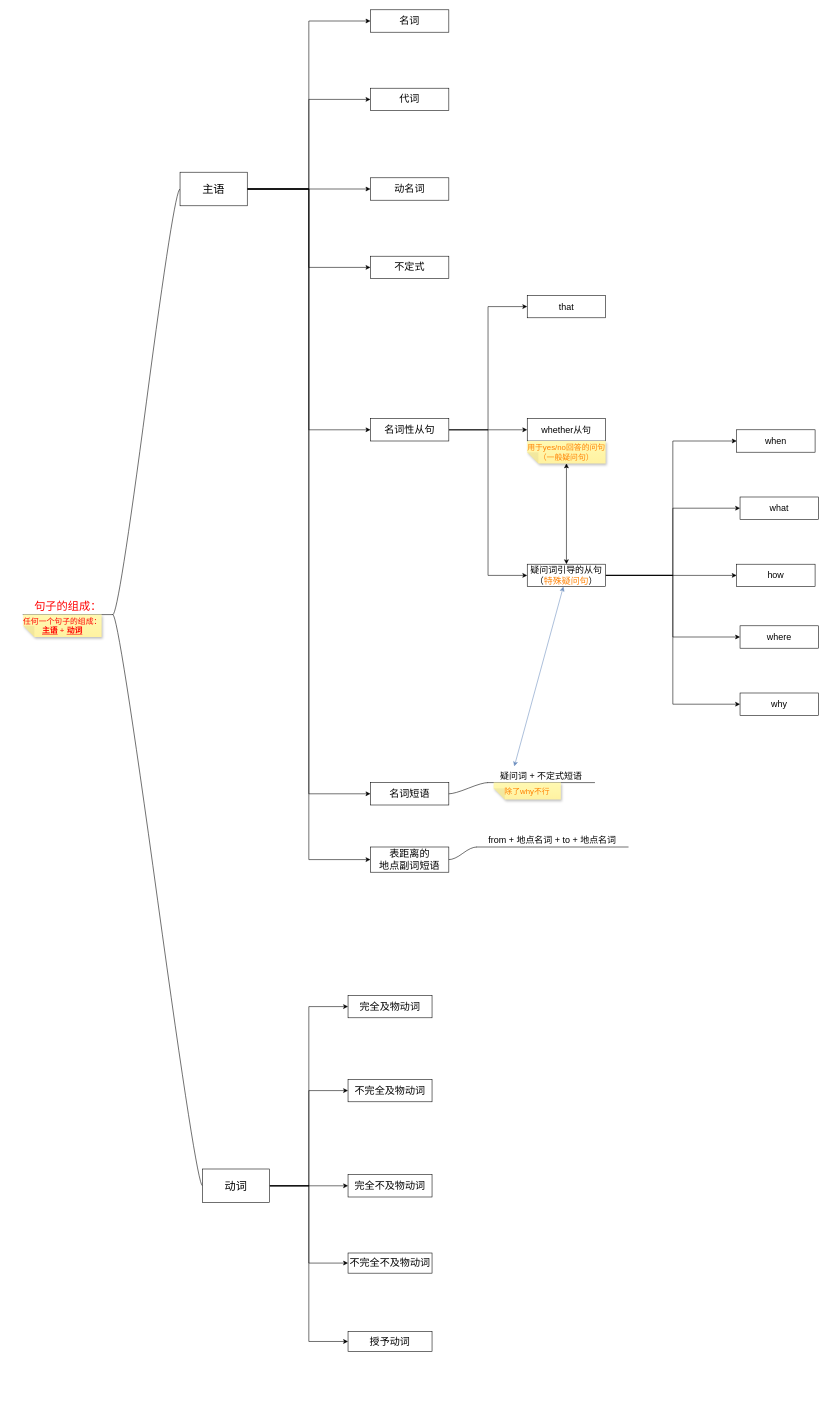
hoyeziyu/Hello_World keeps this draw.io diagram as LearningEnglish.drawio. Above is the earlier version. Source tidied: cells renumbered, new cells numbered last; positions are measured from the earlier drawing's top-left corner, leaving out a move shared by most shapes. Both pictures are drawn from the tidied source at 56%, with x=0, y=0 at pixel (23, 10).
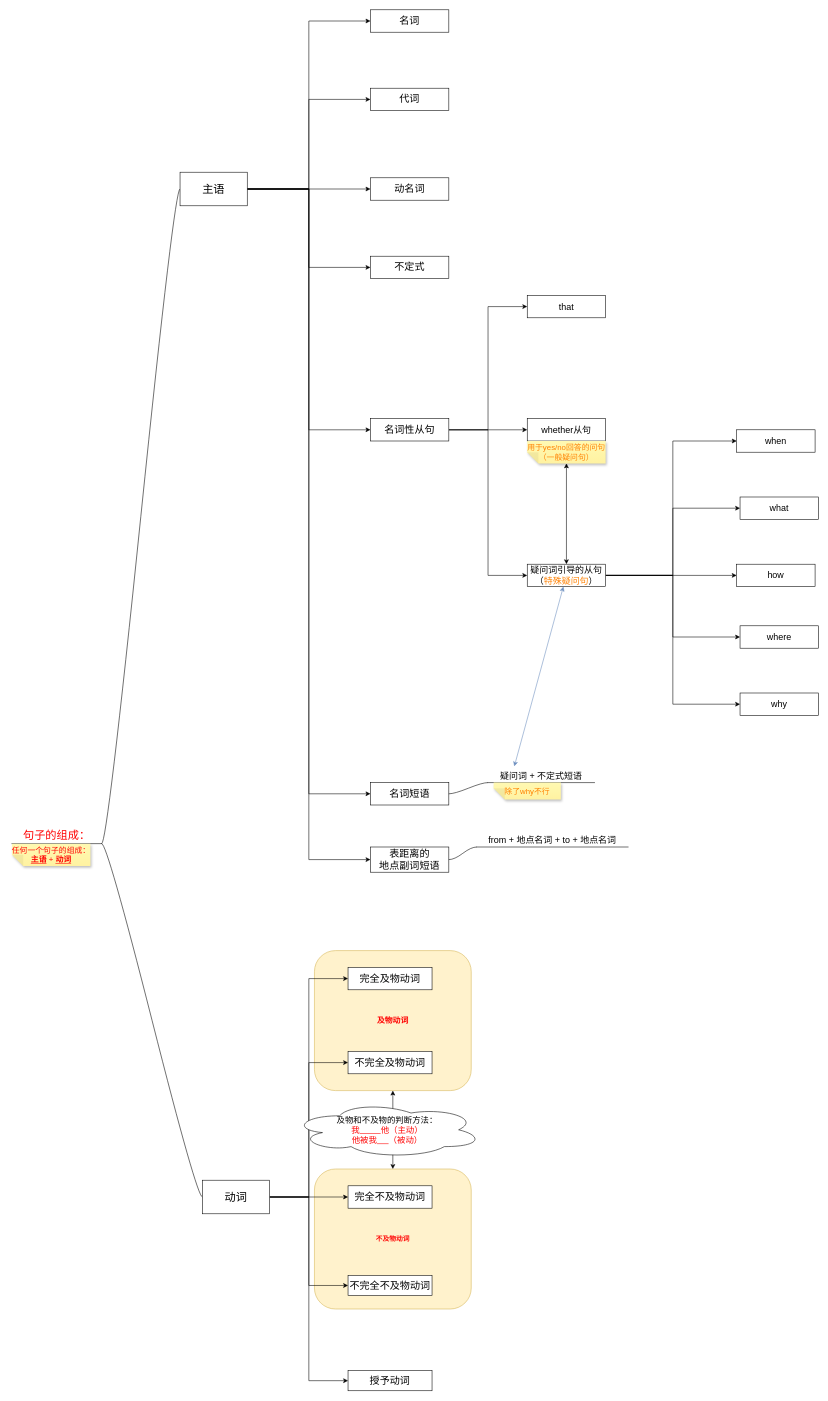
The same diagram, later.

What changed in the source:
```diff
@@
+    <mxCell id="58" value="&lt;font style=&quot;color: rgb(255, 0, 0);&quot;&gt;&lt;b&gt;不及物动词&lt;/b&gt;&lt;/font&gt;" style="rounded=1;whiteSpace=wrap;html=1;fillColor=#fff2cc;strokeColor=#d6b656;" parent="1" vertex="1">
+      <mxGeometry x="520" y="2070" width="280" height="250" as="geometry" />
+    </mxCell>
+    <mxCell id="59" value="&lt;font style=&quot;font-size: 14px; color: rgb(255, 0, 0);&quot;&gt;&lt;b&gt;及物动词&lt;/b&gt;&lt;/font&gt;" style="rounded=1;whiteSpace=wrap;html=1;fillColor=#fff2cc;strokeColor=#d6b656;" parent="1" vertex="1">
+      <mxGeometry x="520" y="1680" width="280" height="250" as="geometry" />
+    </mxCell>
@@
     <mxCell id="17" value="&lt;font style=&quot;font-size: 20px;&quot;&gt;动词&lt;/font&gt;" style="rounded=0;whiteSpace=wrap;html=1;" parent="1" vertex="1">
-      <mxGeometry x="320" y="2070" width="120" height="60" as="geometry" />
+      <mxGeometry x="320" y="2090" width="120" height="60" as="geometry" />
     </mxCell>
@@
     <mxCell id="28" style="group;" parent="1" vertex="1">
-      <mxGeometry y="1040" width="160" height="80" as="geometry" />
+      <mxGeometry x="-20" y="1449" width="160" height="80" as="geometry" />
     </mxCell>
@@
     <mxCell id="53" value="&lt;span style=&quot;font-size: 18px;&quot;&gt;完全及物动词&lt;/span&gt;" style="rounded=0;whiteSpace=wrap;html=1;" parent="1" vertex="1">
-      <mxGeometry x="580" y="1760" width="150" height="40" as="geometry" />
+      <mxGeometry x="580" y="1710" width="150" height="40" as="geometry" />
     </mxCell>
     <mxCell id="54" value="&lt;span style=&quot;font-size: 18px;&quot;&gt;不完全及物动词&lt;/span&gt;" style="rounded=0;whiteSpace=wrap;html=1;" parent="1" vertex="1">
-      <mxGeometry x="580" y="1910" width="150" height="40" as="geometry" />
+      <mxGeometry x="580" y="1860" width="150" height="40" as="geometry" />
     </mxCell>
     <mxCell id="55" value="&lt;span style=&quot;font-size: 18px;&quot;&gt;不完全不及物动词&lt;/span&gt;" style="rounded=0;whiteSpace=wrap;html=1;" parent="1" vertex="1">
-      <mxGeometry x="580" y="2220" width="150" height="36" as="geometry" />
+      <mxGeometry x="580" y="2260" width="150" height="36" as="geometry" />
     </mxCell>
     <mxCell id="56" value="&lt;span style=&quot;font-size: 18px;&quot;&gt;完全不及物动词&lt;/span&gt;" style="rounded=0;whiteSpace=wrap;html=1;" parent="1" vertex="1">
-      <mxGeometry x="580" y="2080" width="150" height="40" as="geometry" />
+      <mxGeometry x="580" y="2100" width="150" height="40" as="geometry" />
     </mxCell>
     <mxCell id="57" value="&lt;span style=&quot;font-size: 18px;&quot;&gt;授予动词&lt;/span&gt;" style="rounded=0;whiteSpace=wrap;html=1;" parent="1" vertex="1">
-      <mxGeometry x="580" y="2360" width="150" height="36" as="geometry" />
+      <mxGeometry x="580" y="2430" width="150" height="36" as="geometry" />
     </mxCell>
+    <mxCell id="60" style="endArrow=classic;startArrow=classic;html=1;rounded=0;" parent="1" edge="1" source="58" target="59">
+      <mxGeometry relative="1" as="geometry" />
+    </mxCell>
+    <mxCell id="61" value="&lt;font style=&quot;font-size: 15px;&quot;&gt;及物和不及物的判断方法：&lt;/font&gt;&lt;div&gt;&lt;font style=&quot;color: rgb(255, 0, 0); font-size: 15px;&quot;&gt;&lt;font style=&quot;&quot;&gt;我&lt;u style=&quot;&quot;&gt;&amp;nbsp; &amp;nbsp; &amp;nbsp; &amp;nbsp; &amp;nbsp;&lt;/u&gt;他（&lt;/font&gt;&lt;span style=&quot;background-color: transparent;&quot;&gt;主动&lt;/span&gt;&lt;span style=&quot;background-color: transparent;&quot;&gt;）&lt;/span&gt;&lt;/font&gt;&lt;/div&gt;&lt;div&gt;&lt;font style=&quot;color: rgb(255, 0, 0); font-size: 15px;&quot;&gt;&lt;font style=&quot;&quot;&gt;他被我&lt;u&gt;&amp;nbsp; &amp;nbsp; &amp;nbsp;&lt;/u&gt;（&lt;/font&gt;&lt;span style=&quot;background-color: transparent;&quot;&gt;被动&lt;/span&gt;&lt;span style=&quot;background-color: transparent;&quot;&gt;）&lt;/span&gt;&lt;/font&gt;&lt;span style=&quot;font-size: 14px; background-color: transparent; color: light-dark(rgb(0, 0, 0), rgb(255, 255, 255));&quot;&gt;&lt;/span&gt;&lt;/div&gt;" style="ellipse;shape=cloud;whiteSpace=wrap;html=1;" parent="1" vertex="1">
+      <mxGeometry x="480" y="1950" width="340" height="100" as="geometry" />
+    </mxCell>
```
